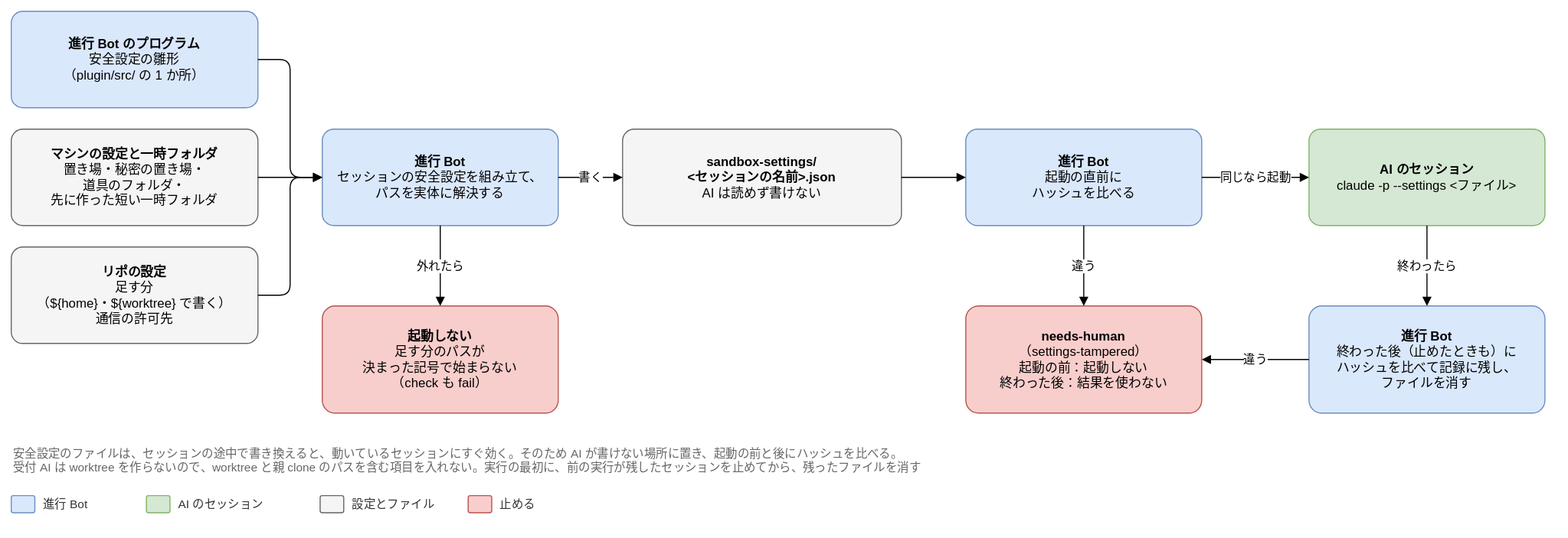
Earlier version of the draw.io export docs/design/basic/diagrams/03-session-settings.drawio.svg (Joymerrevent/dev-autopilot). Source tidied: cells renumbered, new cells last; positions are measured from the earlier drawing's top-left corner, leaving out a move shared by most shapes.
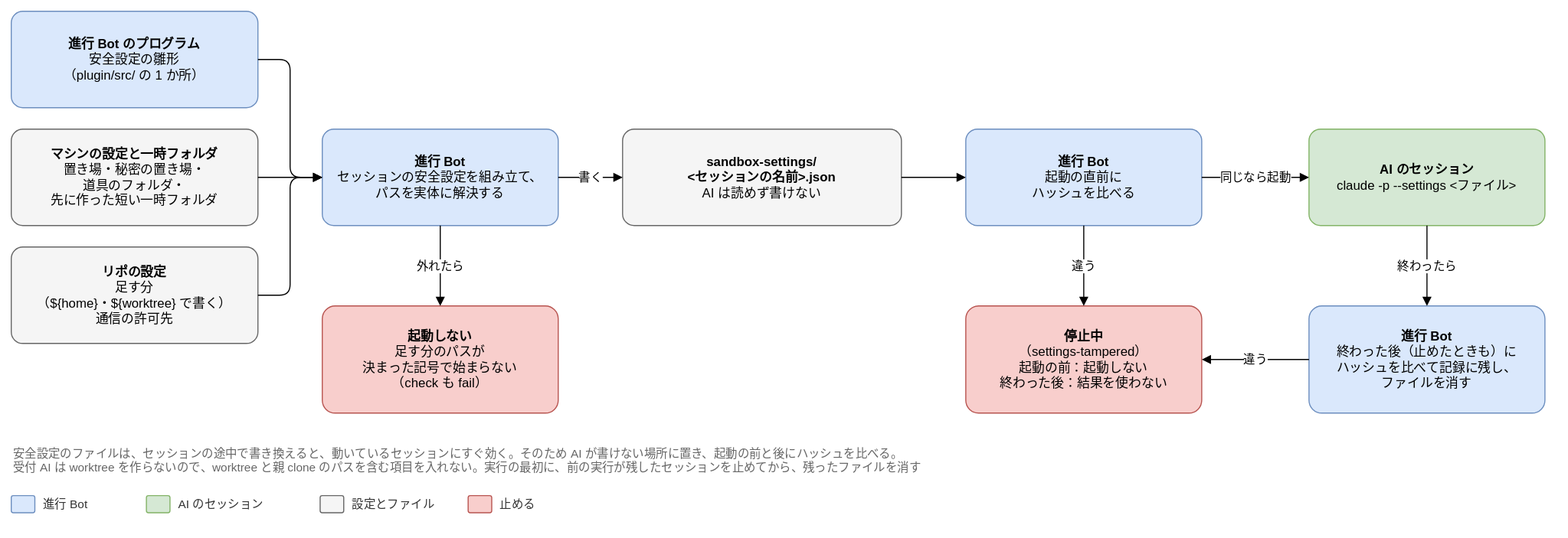
Above is the later version.

Diff of the diagram source:
```diff
@@ -47,7 +47,7 @@
     <mxCell id="16" value="終わったら" style="edgeStyle=orthogonalEdgeStyle;rounded=1;html=1;endArrow=block;endFill=1;fontSize=11;labelBackgroundColor=#ffffff;exitX=0.5;exitY=1;exitDx=0;exitDy=0;entryX=0.5;entryY=0;entryDx=0;entryDy=0;" parent="1" edge="1" source="13" target="15">
       <mxGeometry relative="1" as="geometry" />
     </mxCell>
-    <mxCell id="17" value="&lt;b&gt;needs-human&lt;/b&gt;&lt;br&gt;（settings-tampered）&lt;br&gt;起動の前：起動しない&lt;br&gt;終わった後：結果を使わない" style="rounded=1;whiteSpace=wrap;html=1;fontSize=12;arcSize=12;spacing=12;fillColor=#f8cecc;strokeColor=#b85450;" parent="1" vertex="1">
+    <mxCell id="17" value="&lt;b&gt;停止中&lt;/b&gt;&lt;br&gt;（settings-tampered）&lt;br&gt;起動の前：起動しない&lt;br&gt;終わった後：結果を使わない" style="rounded=1;whiteSpace=wrap;html=1;fontSize=12;arcSize=12;spacing=12;fillColor=#f8cecc;strokeColor=#b85450;" parent="1" vertex="1">
       <mxGeometry x="890" y="275" width="220" height="100" as="geometry" />
     </mxCell>
     <mxCell id="18" value="違う" style="edgeStyle=orthogonalEdgeStyle;rounded=1;html=1;endArrow=block;endFill=1;fontSize=11;labelBackgroundColor=#ffffff;exitX=0.5;exitY=1;exitDx=0;exitDy=0;entryX=0.5;entryY=0;entryDx=0;entryDy=0;" parent="1" edge="1" source="11" target="17">
```
